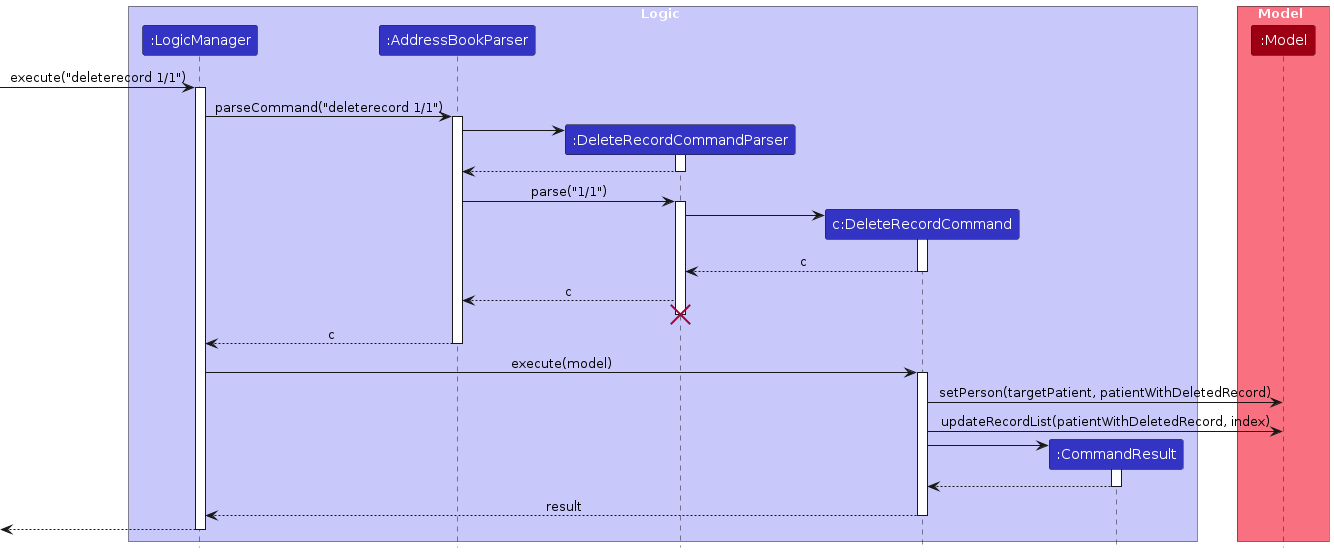
This is diagrams/DeleteRecordSequenceDiagram.png from ryanongwx/tp, a PlantUML export, as it was before one commit. Its source is kept beside it as diagrams/DeleteRecordSequenceDiagram.puml.
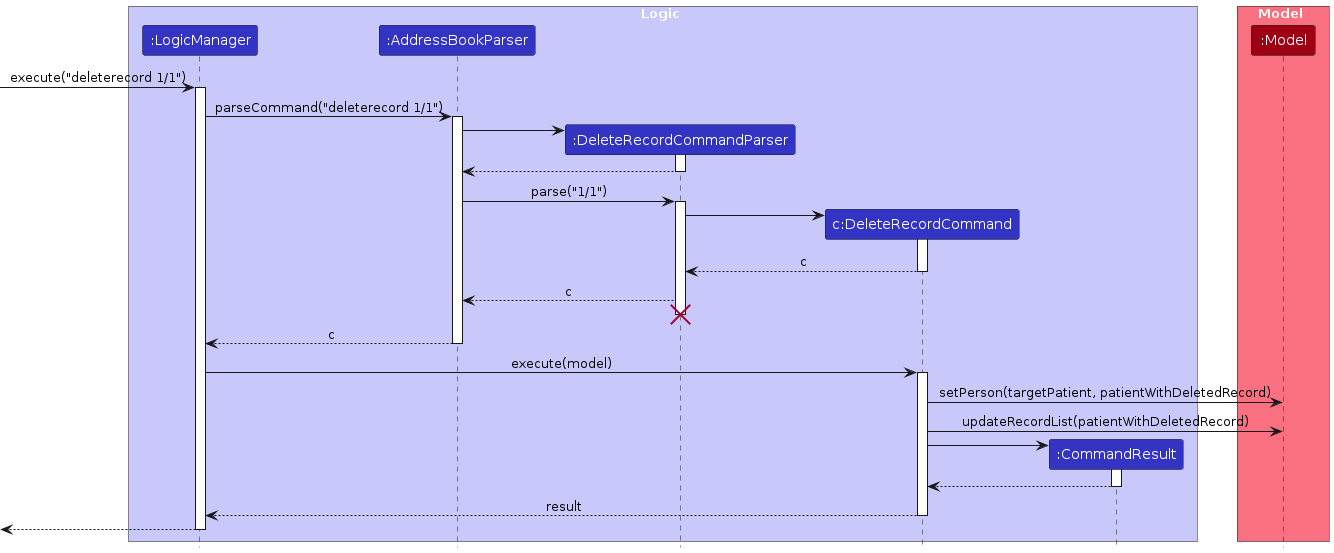
After the commit.

Diff of the diagram source:
```diff
@@ -49,7 +49,7 @@
 activate DeleteRecordCommand
 
 DeleteRecordCommand -> Model : setPerson(targetPatient, patientWithDeletedRecord)
-DeleteRecordCommand -> Model : updateRecordList(patientWithDeletedRecord, index)
+DeleteRecordCommand -> Model : updateRecordList(patientWithDeletedRecord)
 
 create CommandResult
 DeleteRecordCommand -> CommandResult
```
